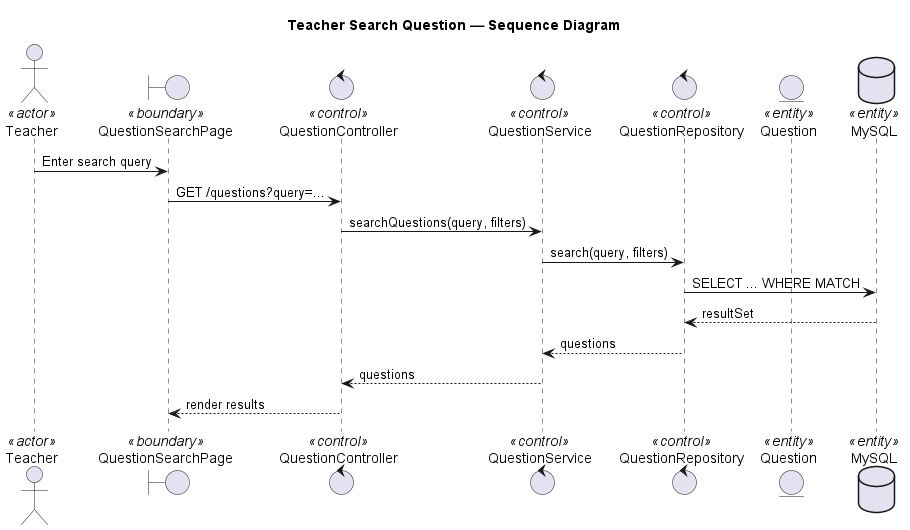
The PlantUML diagram out/sequence/Search Question/teacher search question.png in Faythpromax/E-Learning, before a commit. Its diagram source:
```plantuml
@startuml teacher search question
title Teacher Search Question — Sequence Diagram

actor Teacher <<actor>>
boundary "QuestionSearchPage" as UI <<boundary>>
control "QuestionController" as Controller <<control>>
control "QuestionService" as Service <<control>>
control "QuestionRepository" as Repository <<control>>
entity "Question" as Question <<entity>>
database "MySQL" as DB <<entity>>

Teacher -> UI: Enter search query
UI -> Controller: GET /questions?query=...
Controller -> Service: searchQuestions(query, filters)
Service -> Repository: search(query, filters)
Repository -> DB: SELECT ... WHERE MATCH
DB --> Repository: resultSet
Repository --> Service: questions
Service --> Controller: questions
Controller --> UI: render results

@enduml
```
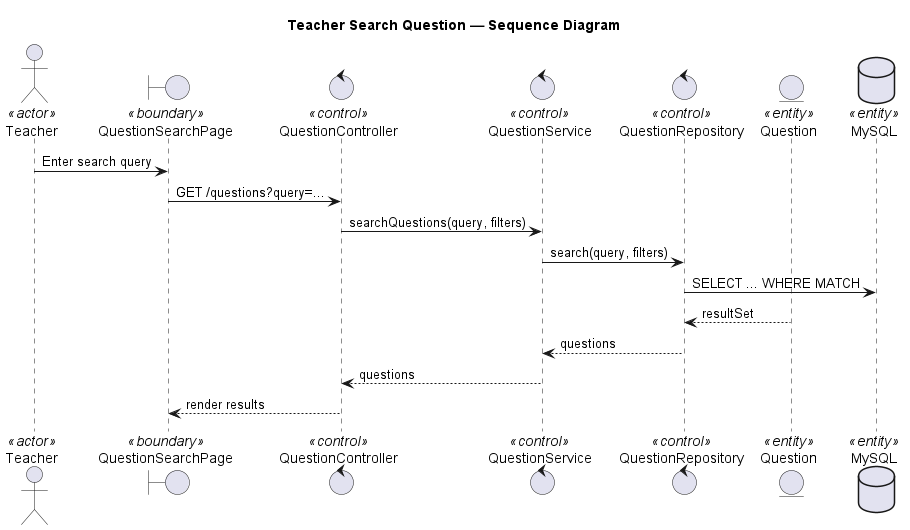
After the commit.

Diff of the diagram source:
```diff
@@ -14,7 +14,7 @@
 Controller -> Service: searchQuestions(query, filters)
 Service -> Repository: search(query, filters)
 Repository -> DB: SELECT ... WHERE MATCH
-DB --> Repository: resultSet
+Question --> Repository: resultSet
 Repository --> Service: questions
 Service --> Controller: questions
 Controller --> UI: render results
```
